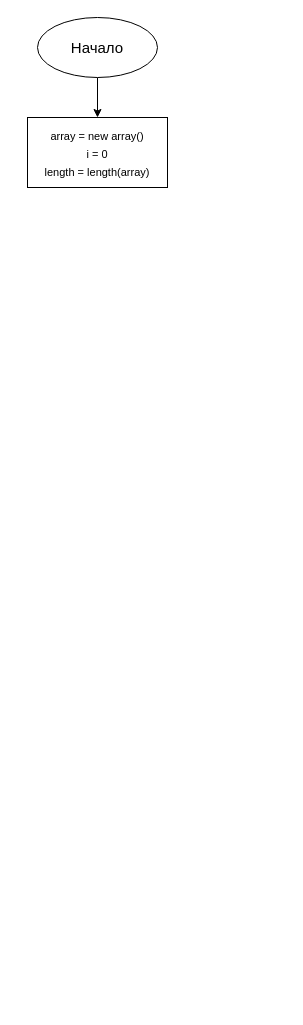
Earlier version of the draw.io diagram Diagram/TestDiagram.drawio (Kirkleve/Test). Source tidied: cells renumbered, new cells numbered last; positions are measured from the earlier drawing's top-left corner, leaving out a move shared by most shapes. Both pictures are drawn from the tidied source at 100%, with x=0, y=0 at pixel (27, 17).
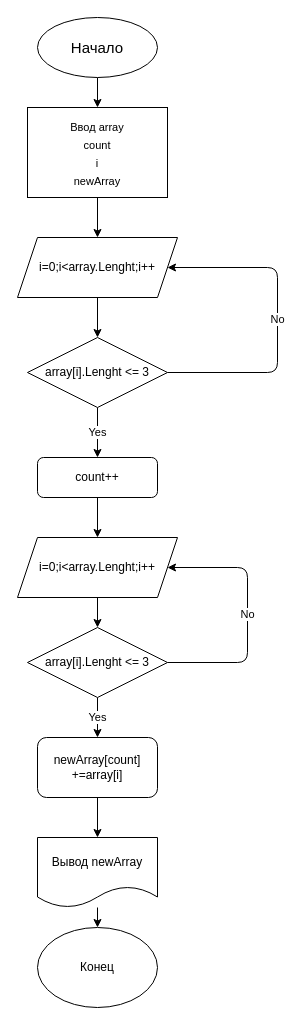
The same diagram, later.

Commit message (it also covers changes not shown here):
commplite Diagrams and Code, work whith text

Diff of the diagram source:
```diff
@@
+    <mxCell id="5" style="edgeStyle=none;html=1;entryX=0.5;entryY=0;entryDx=0;entryDy=0;" parent="1" edge="1" source="4" target="9">
+      <mxGeometry relative="1" as="geometry" />
+    </mxCell>
-    <mxCell id="4" value="&lt;font style=&quot;font-size: 11px&quot;&gt;array = new array()&lt;br&gt;i = 0&lt;br&gt;length = length(array)&lt;br&gt;&lt;/font&gt;" style="rounded=0;whiteSpace=wrap;html=1;fontSize=15;" parent="1" vertex="1">
-      <mxGeometry y="100" width="140" height="70" as="geometry" />
+    <mxCell id="4" value="&lt;font style=&quot;font-size: 11px&quot;&gt;Ввод array&lt;br&gt;count&lt;br&gt;i&lt;br&gt;newArray&lt;br&gt;&lt;/font&gt;" style="rounded=0;whiteSpace=wrap;html=1;fontSize=15;" parent="1" vertex="1">
+      <mxGeometry y="90" width="140" height="90" as="geometry" />
     </mxCell>
+    <mxCell id="6" style="edgeStyle=none;html=1;entryX=0.5;entryY=0;entryDx=0;entryDy=0;fontFamily=Helvetica;" parent="1" edge="1" source="7">
+      <mxGeometry relative="1" as="geometry">
+        <mxPoint x="70" y="520" as="targetPoint" />
+      </mxGeometry>
+    </mxCell>
+    <mxCell id="7" value="count++" style="rounded=1;whiteSpace=wrap;html=1;" parent="1" vertex="1">
+      <mxGeometry x="10" y="440" width="120" height="40" as="geometry" />
+    </mxCell>
+    <mxCell id="8" style="edgeStyle=none;html=1;entryX=0.5;entryY=0;entryDx=0;entryDy=0;" parent="1" edge="1" source="9" target="12">
+      <mxGeometry relative="1" as="geometry" />
+    </mxCell>
+    <mxCell id="9" value="i=0;i&amp;lt;array.Lenght;i++" style="shape=parallelogram;perimeter=parallelogramPerimeter;whiteSpace=wrap;html=1;fixedSize=1;" parent="1" vertex="1">
+      <mxGeometry x="-10" y="220" width="160" height="60" as="geometry" />
+    </mxCell>
+    <mxCell id="10" value="Yes" style="edgeStyle=none;html=1;entryX=0.5;entryY=0;entryDx=0;entryDy=0;fontFamily=Helvetica;" parent="1" edge="1" source="12" target="7">
+      <mxGeometry relative="1" as="geometry" />
+    </mxCell>
+    <mxCell id="11" value="No" style="edgeStyle=none;html=1;entryX=1;entryY=0.5;entryDx=0;entryDy=0;" parent="1" edge="1" source="12" target="9">
+      <mxGeometry relative="1" as="geometry">
+        <Array as="points">
+          <mxPoint x="250" y="355" />
+          <mxPoint x="250" y="250" />
+        </Array>
+      </mxGeometry>
+    </mxCell>
+    <mxCell id="12" value="array[i].Lenght &amp;lt;= 3" style="rhombus;whiteSpace=wrap;html=1;" parent="1" vertex="1">
+      <mxGeometry y="320" width="140" height="70" as="geometry" />
+    </mxCell>
+    <mxCell id="13" style="edgeStyle=none;html=1;entryX=0.5;entryY=0;entryDx=0;entryDy=0;fontFamily=Helvetica;" parent="1" edge="1" source="14" target="17">
+      <mxGeometry relative="1" as="geometry" />
+    </mxCell>
+    <mxCell id="14" value="i=0;i&amp;lt;array.Lenght;i++" style="shape=parallelogram;perimeter=parallelogramPerimeter;whiteSpace=wrap;html=1;fixedSize=1;" parent="1" vertex="1">
+      <mxGeometry x="-10" y="520" width="160" height="60" as="geometry" />
+    </mxCell>
+    <mxCell id="15" value="Yes" style="edgeStyle=none;html=1;entryX=0.5;entryY=0;entryDx=0;entryDy=0;fontFamily=Helvetica;" parent="1" edge="1" source="17" target="19">
+      <mxGeometry relative="1" as="geometry" />
+    </mxCell>
+    <mxCell id="16" value="No" style="edgeStyle=none;html=1;entryX=1;entryY=0.5;entryDx=0;entryDy=0;fontFamily=Helvetica;" parent="1" edge="1" source="17" target="14">
+      <mxGeometry relative="1" as="geometry">
+        <Array as="points">
+          <mxPoint x="220" y="645" />
+          <mxPoint x="220" y="550" />
+        </Array>
+      </mxGeometry>
+    </mxCell>
+    <mxCell id="17" value="array[i].Lenght &amp;lt;= 3" style="rhombus;whiteSpace=wrap;html=1;" parent="1" vertex="1">
+      <mxGeometry y="610" width="140" height="70" as="geometry" />
+    </mxCell>
+    <mxCell id="18" style="edgeStyle=none;html=1;fontFamily=Helvetica;" parent="1" edge="1" source="19">
+      <mxGeometry relative="1" as="geometry">
+        <mxPoint x="70" y="820" as="targetPoint" />
+      </mxGeometry>
+    </mxCell>
+    <mxCell id="19" value="newArray[count] +=array[i]" style="rounded=1;whiteSpace=wrap;html=1;fontFamily=Helvetica;" parent="1" vertex="1">
+      <mxGeometry x="10" y="720" width="120" height="60" as="geometry" />
+    </mxCell>
+    <mxCell id="20" style="edgeStyle=none;html=1;entryX=0.5;entryY=0;entryDx=0;entryDy=0;fontFamily=Helvetica;" parent="1" edge="1" source="21" target="22">
+      <mxGeometry relative="1" as="geometry" />
+    </mxCell>
+    <mxCell id="21" value="&lt;span&gt;Вывод newArray&lt;/span&gt;" style="shape=document;whiteSpace=wrap;html=1;boundedLbl=1;fontFamily=Helvetica;" parent="1" vertex="1">
+      <mxGeometry x="10" y="820" width="120" height="70" as="geometry" />
+    </mxCell>
+    <mxCell id="22" value="Конец" style="ellipse;whiteSpace=wrap;html=1;fontFamily=Helvetica;" parent="1" vertex="1">
+      <mxGeometry x="10" y="910" width="120" height="80" as="geometry" />
+    </mxCell>
```
